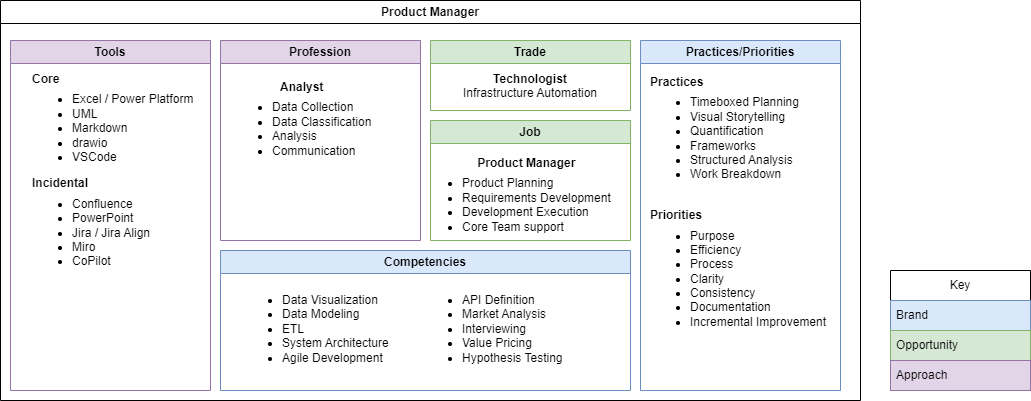
Before: images/careerstop-pdm.drawio.png, a diagram exported from draw.io (pgaljan/pgaljan.github.io). Source tidied: cells renumbered, new cells last; positions are measured from the earlier drawing's top-left corner, leaving out a move shared by most shapes.
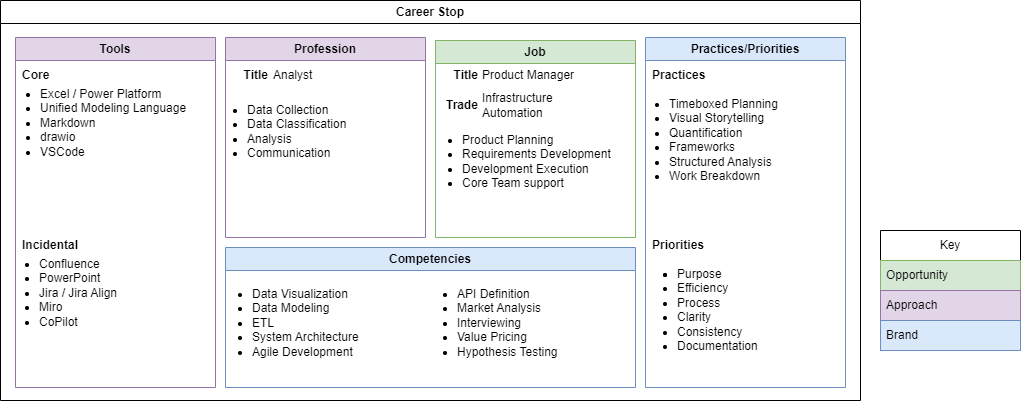
Above is the later version.

Change to the diagram source:
```diff
@@ -2,59 +2,89 @@
   <root>
     <mxCell id="0" />
     <mxCell id="1" parent="0" />
-    <mxCell id="2" value="Product Manager" style="swimlane;whiteSpace=wrap;html=1;" parent="1" vertex="1">
-      <mxGeometry width="860" height="400" as="geometry" />
-    </mxCell>
+    <mxCell id="20" value="Career Stop" style="swimlane;whiteSpace=wrap;html=1;" parent="1" vertex="1">
+      <mxGeometry y="500" width="860" height="400" as="geometry" />
+    </mxCell>
-    <mxCell id="3" value="Tools" style="swimlane;whiteSpace=wrap;html=1;fillColor=#e1d5e7;strokeColor=#9673a6;" parent="2" vertex="1">
-      <mxGeometry x="10" y="40" width="200" height="350" as="geometry" />
+    <mxCell id="3" value="Tools" style="swimlane;whiteSpace=wrap;html=1;fillColor=#e1d5e7;strokeColor=#9673a6;" parent="20" vertex="1">
+      <mxGeometry x="15" y="37" width="200" height="350" as="geometry" />
     </mxCell>
-    <mxCell id="4" value="&lt;b&gt;Core&lt;/b&gt;&lt;div&gt;&lt;ul style=&quot;margin-top: 6px;&quot;&gt;&lt;li&gt;Excel / Power Platform&lt;/li&gt;&lt;li&gt;UML&lt;/li&gt;&lt;li&gt;Markdown&lt;/li&gt;&lt;li&gt;drawio&lt;/li&gt;&lt;li&gt;VSCode&lt;/li&gt;&lt;/ul&gt;&lt;div&gt;&lt;b&gt;Incidental&lt;/b&gt;&lt;/div&gt;&lt;/div&gt;&lt;div&gt;&lt;ul style=&quot;margin-top: 6px;&quot;&gt;&lt;li&gt;Confluence&lt;/li&gt;&lt;li&gt;PowerPoint&lt;/li&gt;&lt;li&gt;Jira / Jira Align&lt;/li&gt;&lt;li&gt;Miro&lt;/li&gt;&lt;li&gt;CoPilot&lt;/li&gt;&lt;/ul&gt;&lt;/div&gt;" style="text;html=1;align=left;verticalAlign=top;whiteSpace=wrap;rounded=0;" parent="3" vertex="1">
-      <mxGeometry x="20" y="25" width="170" height="295" as="geometry" />
-    </mxCell>
+    <mxCell id="21" value="Core" style="text;html=1;align=left;verticalAlign=middle;whiteSpace=wrap;rounded=0;fontStyle=1;" parent="3" vertex="1">
+      <mxGeometry x="5" y="23" width="60" height="30" as="geometry" />
+    </mxCell>
+    <mxCell id="22" value="Incidental" style="text;html=1;align=left;verticalAlign=middle;whiteSpace=wrap;rounded=0;fontStyle=1;" parent="3" vertex="1">
+      <mxGeometry x="5" y="193" width="60" height="30" as="geometry" />
+    </mxCell>
-    <mxCell id="5" value="Competencies" style="swimlane;whiteSpace=wrap;html=1;fillColor=#dae8fc;strokeColor=#6c8ebf;" parent="2" vertex="1">
-      <mxGeometry x="220" y="250" width="410" height="140" as="geometry" />
+    <mxCell id="5" value="Competencies" style="swimlane;whiteSpace=wrap;html=1;fillColor=#dae8fc;strokeColor=#6c8ebf;" parent="20" vertex="1">
+      <mxGeometry x="225" y="247" width="410" height="140" as="geometry" />
     </mxCell>
+    <mxCell id="8" value="Practices/Priorities" style="swimlane;whiteSpace=wrap;html=1;fillColor=#dae8fc;strokeColor=#6c8ebf;" parent="20" vertex="1">
+      <mxGeometry x="645" y="37" width="200" height="350" as="geometry" />
+    </mxCell>
+    <mxCell id="23" value="Practices" style="text;html=1;align=left;verticalAlign=middle;whiteSpace=wrap;rounded=0;fontStyle=1;" parent="8" vertex="1">
+      <mxGeometry x="5" y="23" width="60" height="30" as="geometry" />
+    </mxCell>
+    <mxCell id="24" value="Priorities" style="text;html=1;align=left;verticalAlign=middle;whiteSpace=wrap;rounded=0;fontStyle=1;" parent="8" vertex="1">
+      <mxGeometry x="5" y="193" width="60" height="30" as="geometry" />
+    </mxCell>
+    <mxCell id="10" value="Profession" style="swimlane;whiteSpace=wrap;html=1;fillColor=#e1d5e7;strokeColor=#9673a6;" parent="20" vertex="1">
+      <mxGeometry x="225" y="37" width="200" height="200" as="geometry" />
+    </mxCell>
+    <mxCell id="25" value="Title" style="text;html=1;align=right;verticalAlign=middle;whiteSpace=wrap;rounded=0;fontStyle=1;" parent="10" vertex="1">
+      <mxGeometry x="5" y="23" width="40" height="30" as="geometry" />
+    </mxCell>
+    <mxCell id="14" value="Job" style="swimlane;whiteSpace=wrap;html=1;fillColor=#d5e8d4;strokeColor=#82b366;" parent="20" vertex="1">
+      <mxGeometry x="435" y="40" width="200" height="197" as="geometry" />
+    </mxCell>
+    <mxCell id="26" value="Title" style="text;html=1;align=right;verticalAlign=middle;whiteSpace=wrap;rounded=0;fontStyle=1;" parent="14" vertex="1">
+      <mxGeometry x="5" y="20" width="40" height="30" as="geometry" />
+    </mxCell>
+    <mxCell id="12" value="Trade" style="text;html=1;align=right;verticalAlign=middle;whiteSpace=wrap;rounded=0;fontStyle=1;" parent="14" vertex="1">
+      <mxGeometry x="5" y="50" width="40" height="30" as="geometry" />
+    </mxCell>
+    <mxCell id="27" value="&lt;ul style=&quot;margin-top: 6px;&quot;&gt;&lt;li&gt;Product Planning&lt;/li&gt;&lt;li&gt;Requirements Development&lt;/li&gt;&lt;li&gt;Development Execution&lt;/li&gt;&lt;li&gt;Core Team support&lt;/li&gt;&lt;/ul&gt;" style="text;html=1;align=left;verticalAlign=top;whiteSpace=wrap;rounded=0;" parent="14" vertex="1">
+      <mxGeometry x="-15" y="80" width="195" height="90" as="geometry" />
+    </mxCell>
+    <mxCell id="16" value="Key" style="swimlane;fontStyle=0;horizontal=1;startSize=30;whiteSpace=wrap;html=1;" parent="1" vertex="1">
+      <mxGeometry x="880" y="730" width="140" height="120" as="geometry" />
+    </mxCell>
+    <mxCell id="18" value="Opportunity" style="text;strokeColor=#82b366;fillColor=#d5e8d4;align=left;verticalAlign=middle;spacingLeft=4;spacingRight=4;overflow=hidden;whiteSpace=wrap;html=1;" parent="16" vertex="1">
+      <mxGeometry y="30" width="140" height="30" as="geometry" />
+    </mxCell>
+    <mxCell id="19" value="Approach" style="text;strokeColor=#9673a6;fillColor=#e1d5e7;align=left;verticalAlign=middle;spacingLeft=4;spacingRight=4;overflow=hidden;whiteSpace=wrap;html=1;" parent="16" vertex="1">
+      <mxGeometry y="60" width="140" height="30" as="geometry" />
+    </mxCell>
+    <mxCell id="17" value="Brand" style="text;strokeColor=#6c8ebf;fillColor=#dae8fc;align=left;verticalAlign=middle;spacingLeft=4;spacingRight=4;overflow=hidden;whiteSpace=wrap;html=1;" parent="16" vertex="1">
+      <mxGeometry y="90" width="140" height="30" as="geometry" />
+    </mxCell>
-    <mxCell id="6" value="&lt;div&gt;&lt;ul style=&quot;margin-top: 6px;&quot;&gt;&lt;li&gt;Data Visualization&lt;/li&gt;&lt;li&gt;Data Modeling&lt;/li&gt;&lt;li&gt;ETL&lt;/li&gt;&lt;li&gt;System Architecture&lt;/li&gt;&lt;li&gt;Agile Development&lt;/li&gt;&lt;/ul&gt;&lt;/div&gt;" style="text;html=1;align=left;verticalAlign=top;whiteSpace=wrap;rounded=0;" parent="5" vertex="1">
-      <mxGeometry x="20" y="30" width="170" height="100" as="geometry" />
+    <mxCell id="6" value="&lt;ul style=&quot;margin-top: 6px; padding-left: 10px;&quot;&gt;&lt;li&gt;Data Visualization&lt;/li&gt;&lt;li&gt;Data Modeling&lt;/li&gt;&lt;li&gt;ETL&lt;/li&gt;&lt;li&gt;System Architecture&lt;/li&gt;&lt;li&gt;Agile Development&lt;/li&gt;&lt;/ul&gt;" style="text;html=1;align=left;verticalAlign=top;whiteSpace=wrap;rounded=0;" parent="1" vertex="1">
+      <mxGeometry x="240" y="773.5" width="190" height="100" as="geometry" />
     </mxCell>
-    <mxCell id="7" value="&lt;div&gt;&lt;ul style=&quot;margin-top: 6px;&quot;&gt;&lt;li&gt;API Definition&lt;/li&gt;&lt;li&gt;Market Analysis&lt;/li&gt;&lt;li&gt;Interviewing&lt;/li&gt;&lt;li&gt;Value Pricing&lt;/li&gt;&lt;li&gt;Hypothesis Testing&lt;/li&gt;&lt;/ul&gt;&lt;/div&gt;" style="text;html=1;align=left;verticalAlign=top;whiteSpace=wrap;rounded=0;" parent="5" vertex="1">
-      <mxGeometry x="200" y="30" width="170" height="100" as="geometry" />
+    <mxCell id="7" value="&lt;ul style=&quot;margin-top: 6px; padding-left: 10px;&quot;&gt;&lt;li&gt;API Definition&lt;/li&gt;&lt;li&gt;Market Analysis&lt;/li&gt;&lt;li&gt;Interviewing&lt;/li&gt;&lt;li&gt;Value Pricing&lt;/li&gt;&lt;li&gt;Hypothesis Testing&lt;/li&gt;&lt;/ul&gt;" style="text;html=1;align=left;verticalAlign=top;whiteSpace=wrap;rounded=0;" parent="1" vertex="1">
+      <mxGeometry x="445" y="773.5" width="160" height="100" as="geometry" />
     </mxCell>
-    <mxCell id="8" value="Practices/Priorities" style="swimlane;whiteSpace=wrap;html=1;fillColor=#dae8fc;strokeColor=#6c8ebf;" parent="2" vertex="1">
-      <mxGeometry x="640" y="40" width="200" height="350" as="geometry" />
-    </mxCell>
-    <mxCell id="9" value="&lt;b&gt;Practices&lt;/b&gt;&lt;div&gt;&lt;ul style=&quot;margin-top: 6px;&quot;&gt;&lt;li&gt;Timeboxed Planning&lt;/li&gt;&lt;li&gt;Visual Storytelling&lt;/li&gt;&lt;li&gt;Quantification&lt;/li&gt;&lt;li&gt;Frameworks&lt;/li&gt;&lt;li&gt;Structured Analysis&lt;/li&gt;&lt;li&gt;Work Breakdown&lt;/li&gt;&lt;/ul&gt;&lt;div&gt;&lt;br&gt;&lt;/div&gt;&lt;div&gt;&lt;b&gt;Priorities&lt;/b&gt;&lt;/div&gt;&lt;/div&gt;&lt;div&gt;&lt;ul style=&quot;margin-top: 6px;&quot;&gt;&lt;li&gt;Purpose&lt;/li&gt;&lt;li&gt;Efficiency&lt;/li&gt;&lt;li&gt;Process&lt;/li&gt;&lt;li&gt;Clarity&lt;/li&gt;&lt;li&gt;Consistency&lt;/li&gt;&lt;li&gt;Documentation&lt;/li&gt;&lt;li&gt;Incremental Improvement&lt;/li&gt;&lt;/ul&gt;&lt;/div&gt;" style="text;html=1;align=left;verticalAlign=top;whiteSpace=wrap;rounded=0;" parent="8" vertex="1">
-      <mxGeometry x="7.5" y="27.5" width="185" height="295" as="geometry" />
-    </mxCell>
-    <mxCell id="10" value="Profession" style="swimlane;whiteSpace=wrap;html=1;fillColor=#e1d5e7;strokeColor=#9673a6;" parent="2" vertex="1">
-      <mxGeometry x="220" y="40" width="200" height="200" as="geometry" />
-    </mxCell>
-    <mxCell id="11" value="&lt;div style=&quot;text-align: center;&quot;&gt;&lt;span style=&quot;background-color: initial;&quot;&gt;&lt;b&gt;Analyst&lt;/b&gt;&lt;/span&gt;&lt;/div&gt;&lt;div&gt;&lt;ul style=&quot;margin-top: 6px;&quot;&gt;&lt;li&gt;Data Collection&lt;/li&gt;&lt;li&gt;Data Classification&lt;/li&gt;&lt;li&gt;Analysis&lt;/li&gt;&lt;li&gt;Communication&lt;/li&gt;&lt;/ul&gt;&lt;/div&gt;" style="text;html=1;align=left;verticalAlign=top;whiteSpace=wrap;rounded=0;" parent="10" vertex="1">
-      <mxGeometry x="10" y="32.5" width="170" height="135" as="geometry" />
-    </mxCell>
-    <mxCell id="12" value="Trade" style="swimlane;whiteSpace=wrap;html=1;fillColor=#d5e8d4;strokeColor=#82b366;" parent="2" vertex="1">
-      <mxGeometry x="430" y="40" width="200" height="70" as="geometry" />
-    </mxCell>
-    <mxCell id="13" value="&lt;b&gt;Technologist&lt;/b&gt;&lt;div&gt;Infrastructure Automation&lt;/div&gt;" style="text;html=1;align=center;verticalAlign=top;whiteSpace=wrap;rounded=0;" parent="12" vertex="1">
-      <mxGeometry x="15" y="25" width="170" height="50" as="geometry" />
-    </mxCell>
-    <mxCell id="14" value="Job" style="swimlane;whiteSpace=wrap;html=1;fillColor=#d5e8d4;strokeColor=#82b366;" parent="2" vertex="1">
-      <mxGeometry x="430" y="120" width="200" height="120" as="geometry" />
-    </mxCell>
-    <mxCell id="15" value="&lt;div style=&quot;text-align: center;&quot;&gt;&lt;span style=&quot;background-color: initial;&quot;&gt;&lt;b&gt;Product Manager&lt;/b&gt;&lt;/span&gt;&lt;/div&gt;&lt;div&gt;&lt;ul style=&quot;margin-top: 6px; padding-left: 20px;&quot;&gt;&lt;li&gt;Product Planning&lt;/li&gt;&lt;li&gt;Requirements Development&lt;/li&gt;&lt;li&gt;Development Execution&lt;/li&gt;&lt;li&gt;Core Team support&lt;/li&gt;&lt;/ul&gt;&lt;/div&gt;" style="text;html=1;align=left;verticalAlign=top;whiteSpace=wrap;rounded=0;" parent="14" vertex="1">
-      <mxGeometry x="10" y="29" width="175" height="91" as="geometry" />
-    </mxCell>
-    <mxCell id="16" value="Key" style="swimlane;fontStyle=0;horizontal=1;startSize=30;whiteSpace=wrap;html=1;" parent="1" vertex="1">
-      <mxGeometry x="890" y="270" width="140" height="120" as="geometry" />
-    </mxCell>
-    <mxCell id="17" value="Brand" style="text;strokeColor=#6c8ebf;fillColor=#dae8fc;align=left;verticalAlign=middle;spacingLeft=4;spacingRight=4;overflow=hidden;whiteSpace=wrap;html=1;" parent="16" vertex="1">
-      <mxGeometry y="30" width="140" height="30" as="geometry" />
-    </mxCell>
-    <mxCell id="18" value="Opportunity" style="text;strokeColor=#82b366;fillColor=#d5e8d4;align=left;verticalAlign=middle;spacingLeft=4;spacingRight=4;overflow=hidden;whiteSpace=wrap;html=1;" parent="16" vertex="1">
-      <mxGeometry y="60" width="140" height="30" as="geometry" />
-    </mxCell>
-    <mxCell id="19" value="Approach" style="text;strokeColor=#9673a6;fillColor=#e1d5e7;align=left;verticalAlign=middle;spacingLeft=4;spacingRight=4;overflow=hidden;whiteSpace=wrap;html=1;" parent="16" vertex="1">
-      <mxGeometry y="90" width="140" height="30" as="geometry" />
-    </mxCell>
+    <mxCell id="28" value="&lt;ul style=&quot;padding-left: 10px; margin-top: 0px; margin-bottom: 0px;&quot;&gt;&lt;li&gt;Excel / Power Platform&lt;/li&gt;&lt;li&gt;Unified Modeling Language&lt;/li&gt;&lt;li&gt;Markdown&lt;/li&gt;&lt;li&gt;drawio&lt;/li&gt;&lt;li&gt;VSCode&lt;/li&gt;&lt;/ul&gt;" style="text;html=1;align=left;verticalAlign=top;whiteSpace=wrap;rounded=0;" parent="1" vertex="1">
+      <mxGeometry x="28.2" y="580" width="190" height="117" as="geometry" />
+    </mxCell>
+    <mxCell id="29" value="&lt;ul style=&quot;padding-left: 10px; margin-top: 0px; margin-bottom: 0px;&quot;&gt;&lt;li&gt;Confluence&lt;/li&gt;&lt;li&gt;PowerPoint&lt;/li&gt;&lt;li&gt;Jira / Jira Align&lt;/li&gt;&lt;li&gt;Miro&lt;/li&gt;&lt;li&gt;CoPilot&lt;/li&gt;&lt;/ul&gt;" style="text;html=1;align=left;verticalAlign=top;whiteSpace=wrap;rounded=0;" parent="1" vertex="1">
+      <mxGeometry x="27" y="750" width="190" height="117" as="geometry" />
+    </mxCell>
+    <mxCell id="30" value="&lt;ul style=&quot;padding-left: 10px; margin-top: 0px; margin-bottom: 0px;&quot;&gt;&lt;li&gt;Timeboxed Planning&lt;/li&gt;&lt;li&gt;Visual Storytelling&lt;/li&gt;&lt;li&gt;Quantification&lt;/li&gt;&lt;li&gt;Frameworks&lt;/li&gt;&lt;li&gt;Structured Analysis&lt;/li&gt;&lt;li&gt;Work Breakdown&lt;/li&gt;&lt;/ul&gt;" style="text;html=1;align=left;verticalAlign=top;whiteSpace=wrap;rounded=0;" parent="1" vertex="1">
+      <mxGeometry x="657" y="590" width="190" height="117" as="geometry" />
+    </mxCell>
+    <mxCell id="31" value="&lt;ul style=&quot;padding-left: 10px; margin-top: 0px; margin-bottom: 0px;&quot;&gt;&lt;li&gt;&lt;li&gt;Purpose&lt;/li&gt;&lt;li&gt;Efficiency&lt;/li&gt;&lt;li&gt;Process&lt;/li&gt;&lt;li&gt;Clarity&lt;/li&gt;&lt;li&gt;Consistency&lt;/li&gt;&lt;li&gt;Documentation&lt;/li&gt;&lt;/li&gt;&lt;/ul&gt;" style="text;html=1;align=left;verticalAlign=top;whiteSpace=wrap;rounded=0;" parent="1" vertex="1">
+      <mxGeometry x="665.1" y="760" width="190" height="117" as="geometry" />
+    </mxCell>
+    <mxCell id="32" value="&lt;ul style=&quot;margin-top: 6px;&quot;&gt;&lt;li&gt;Data Collection&lt;/li&gt;&lt;li&gt;Data Classification&lt;/li&gt;&lt;li&gt;Analysis&lt;/li&gt;&lt;li&gt;Communication&lt;/li&gt;&lt;/ul&gt;" style="text;html=1;align=left;verticalAlign=top;whiteSpace=wrap;rounded=0;" parent="1" vertex="1">
+      <mxGeometry x="205" y="590" width="220" height="135" as="geometry" />
+    </mxCell>
+    <mxCell id="33" value="Analyst" style="text;html=1;align=left;verticalAlign=middle;whiteSpace=wrap;rounded=0;fontStyle=0;" parent="1" vertex="1">
+      <mxGeometry x="271" y="560" width="144" height="30" as="geometry" />
+    </mxCell>
+    <mxCell id="2" value="Product Manager" style="text;html=1;align=left;verticalAlign=middle;whiteSpace=wrap;rounded=0;fontStyle=0;" parent="1" vertex="1">
+      <mxGeometry x="480" y="560" width="135" height="30" as="geometry" />
+    </mxCell>
+    <mxCell id="34" value="Infrastructure Automation" style="text;html=1;align=left;verticalAlign=middle;whiteSpace=wrap;rounded=0;" parent="1" vertex="1">
+      <mxGeometry x="480" y="590" width="130" height="30" as="geometry" />
+    </mxCell>
   </root>
 </mxGraphModel>
```
